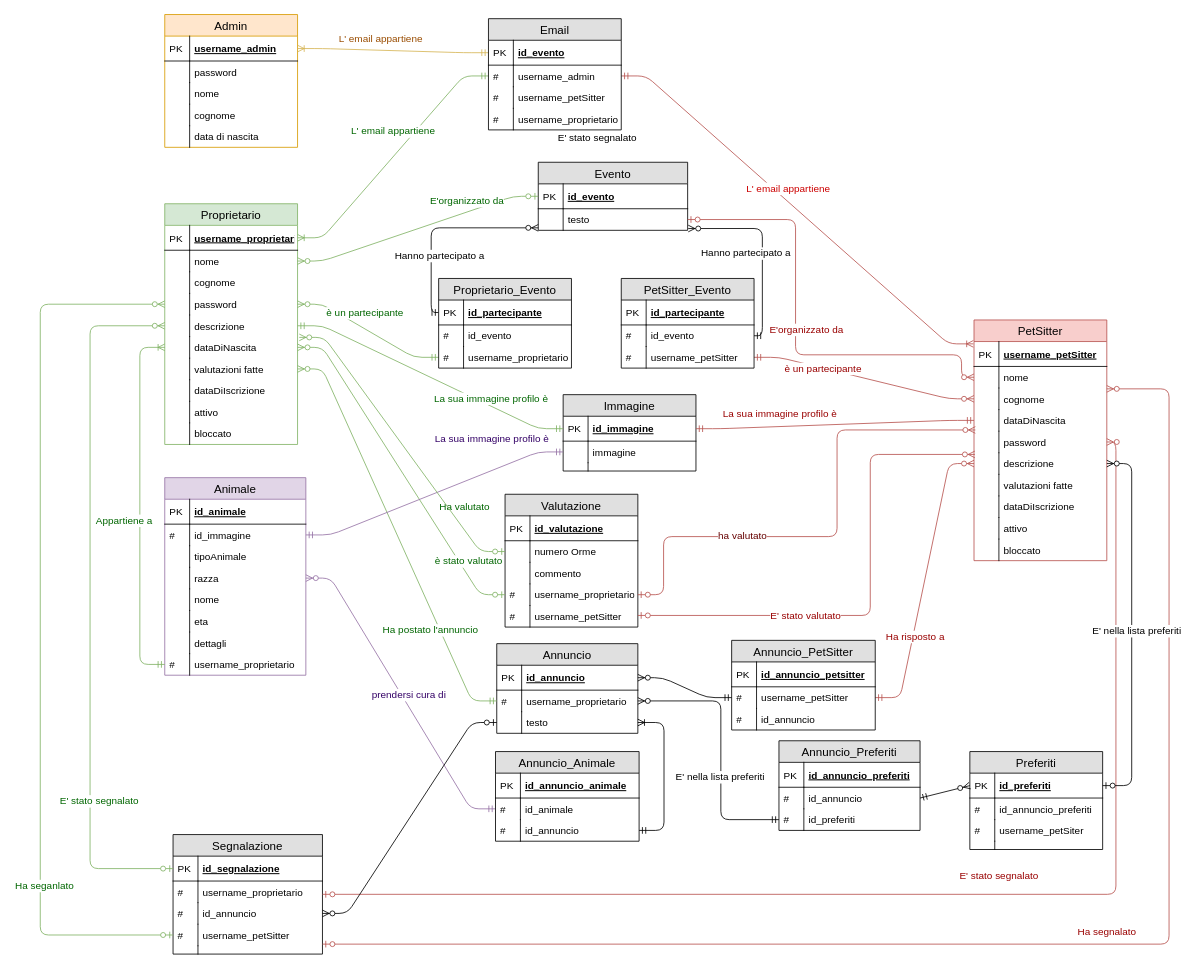
Above: docs/Relazione/EntityRelationship2.drawio in itsar19-20/pet (draw.io), before the change. Source tidied: cells renumbered, new cells numbered last; positions are measured from the earlier drawing's top-left corner, leaving out a move shared by most shapes. Both pictures are drawn from the tidied source at 83%, with x=0, y=0 at pixel (40, 14).
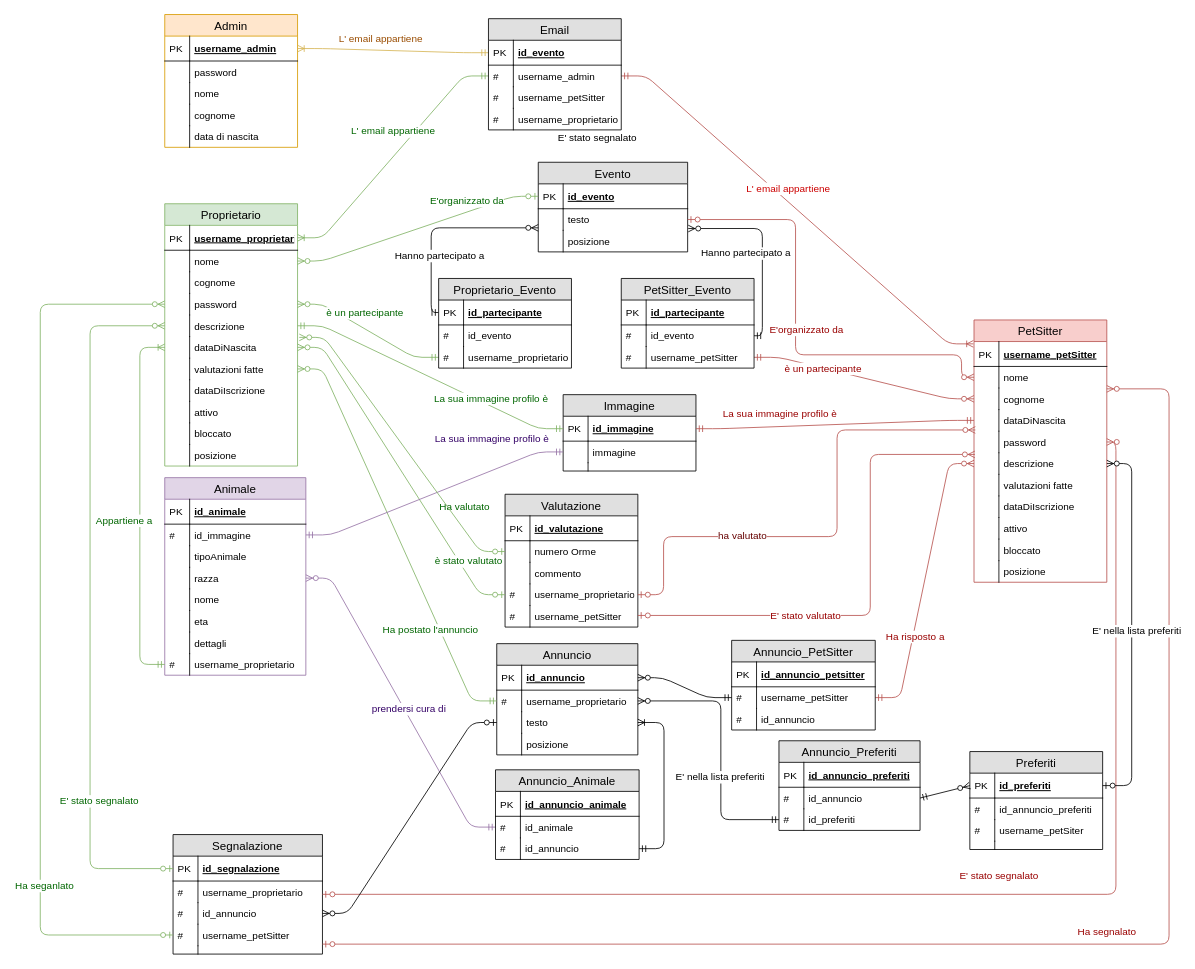
Above is the later version.

Commit message:
9/1/2020 Entity relationship con l'attributo posizione

Change to the diagram source:
```diff
@@
     <mxCell id="2" value="Proprietario" style="swimlane;fontStyle=0;horizontal=1;startSize=26;fillColor=#d5e8d4;swimlaneFillColor=#ffffff;align=center;fontSize=14;strokeColor=#82b366;" parent="1" vertex="1">
-      <mxGeometry x="150" y="228" width="160" height="290" as="geometry" />
+      <mxGeometry x="150" y="228" width="160" height="316" as="geometry" />
     </mxCell>
@@
+    <mxCell id="224" value="posizione" style="shape=partialRectangle;top=0;left=0;right=0;bottom=0;align=left;verticalAlign=top;fillColor=none;spacingLeft=34;spacingRight=4;overflow=hidden;fontSize=12;" parent="2" vertex="1">
+      <mxGeometry y="290" width="160" height="26" as="geometry" />
+    </mxCell>
+    <mxCell id="225" style="shape=partialRectangle;top=0;left=0;bottom=0;fillColor=none;align=left;verticalAlign=top;spacingLeft=4;spacingRight=4;overflow=hidden;fontSize=12;" parent="224" vertex="1">
+      <mxGeometry width="30" height="26" as="geometry" />
+    </mxCell>
     <mxCell id="23" value="Annuncio" style="swimlane;fontStyle=0;horizontal=1;startSize=26;fillColor=#e0e0e0;swimlaneFillColor=#ffffff;align=center;fontSize=14;" parent="1" vertex="1">
-      <mxGeometry x="550" y="758" width="170" height="108" as="geometry" />
+      <mxGeometry x="550" y="758" width="170" height="134" as="geometry" />
     </mxCell>
@@
+    <mxCell id="226" value="posizione" style="shape=partialRectangle;top=0;left=0;right=0;bottom=0;align=left;verticalAlign=top;fillColor=none;spacingLeft=34;spacingRight=4;overflow=hidden;fontSize=12;" parent="23" vertex="1">
+      <mxGeometry y="108" width="170" height="26" as="geometry" />
+    </mxCell>
+    <mxCell id="227" style="shape=partialRectangle;top=0;left=0;bottom=0;fillColor=none;align=left;verticalAlign=top;spacingLeft=4;spacingRight=4;overflow=hidden;fontSize=12;" parent="226" vertex="1">
+      <mxGeometry width="30" height="26" as="geometry" />
+    </mxCell>
@@
     <mxCell id="58" value="Evento" style="swimlane;fontStyle=0;horizontal=1;startSize=26;fillColor=#e0e0e0;swimlaneFillColor=#ffffff;align=center;fontSize=14;" parent="1" vertex="1">
-      <mxGeometry x="600" y="178" width="180" height="82" as="geometry" />
+      <mxGeometry x="600" y="178" width="180" height="108" as="geometry" />
     </mxCell>
@@
+    <mxCell id="228" value="posizione" style="shape=partialRectangle;top=0;left=0;right=0;bottom=0;align=left;verticalAlign=top;fillColor=none;spacingLeft=34;spacingRight=4;overflow=hidden;fontSize=12;" parent="58" vertex="1">
+      <mxGeometry y="82" width="180" height="26" as="geometry" />
+    </mxCell>
+    <mxCell id="229" style="shape=partialRectangle;top=0;left=0;bottom=0;fillColor=none;align=left;verticalAlign=top;spacingLeft=4;spacingRight=4;overflow=hidden;fontSize=12;" parent="228" vertex="1">
+      <mxGeometry width="30" height="26" as="geometry" />
+    </mxCell>
@@
     <mxCell id="92" value="PetSitter" style="swimlane;fontStyle=0;horizontal=1;startSize=26;fillColor=#f8cecc;swimlaneFillColor=#ffffff;align=center;fontSize=14;strokeColor=#b85450;" parent="1" vertex="1">
-      <mxGeometry x="1125" y="368" width="160" height="290" as="geometry" />
+      <mxGeometry x="1125" y="368" width="160" height="316" as="geometry" />
     </mxCell>
@@
+    <mxCell id="230" value="posizione" style="shape=partialRectangle;top=0;left=0;right=0;bottom=0;align=left;verticalAlign=top;fillColor=none;spacingLeft=34;spacingRight=4;overflow=hidden;fontSize=12;" parent="92" vertex="1">
+      <mxGeometry y="290" width="160" height="26" as="geometry" />
+    </mxCell>
+    <mxCell id="231" style="shape=partialRectangle;top=0;left=0;bottom=0;fillColor=none;align=left;verticalAlign=top;spacingLeft=4;spacingRight=4;overflow=hidden;fontSize=12;" parent="230" vertex="1">
+      <mxGeometry width="30" height="26" as="geometry" />
+    </mxCell>
@@
     <mxCell id="173" value="Annuncio_Animale" style="swimlane;fontStyle=0;horizontal=1;startSize=26;fillColor=#e0e0e0;swimlaneFillColor=#ffffff;align=center;fontSize=14;" parent="1" vertex="1">
-      <mxGeometry x="548.5" y="888" width="173" height="108" as="geometry" />
+      <mxGeometry x="548.5" y="910" width="173" height="108" as="geometry" />
     </mxCell>
```
